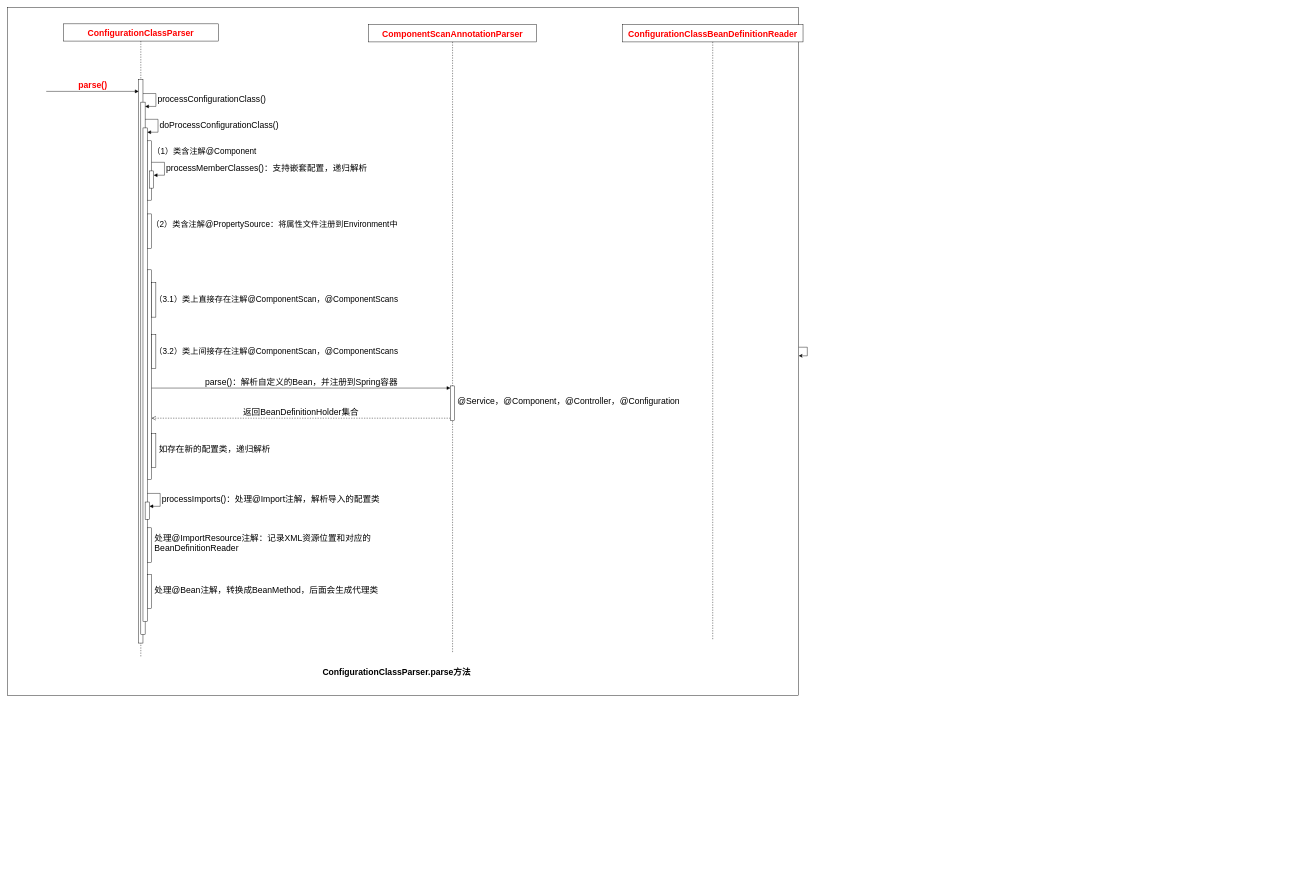
czwer/dubbo-learning keeps this draw.io diagram as dubbo-learning-doc/drawio/源码分析/3_Spring注册Bean定义/过程分析/3_ConfigurationClassParser_parse.drawio. Above is the earlier version. Source tidied: cells renumbered, new cells numbered last; positions are measured from the earlier drawing's top-left corner, leaving out a move shared by most shapes. Both pictures are drawn from the tidied source at 43%, with x=0, y=0 at pixel (7, 7).
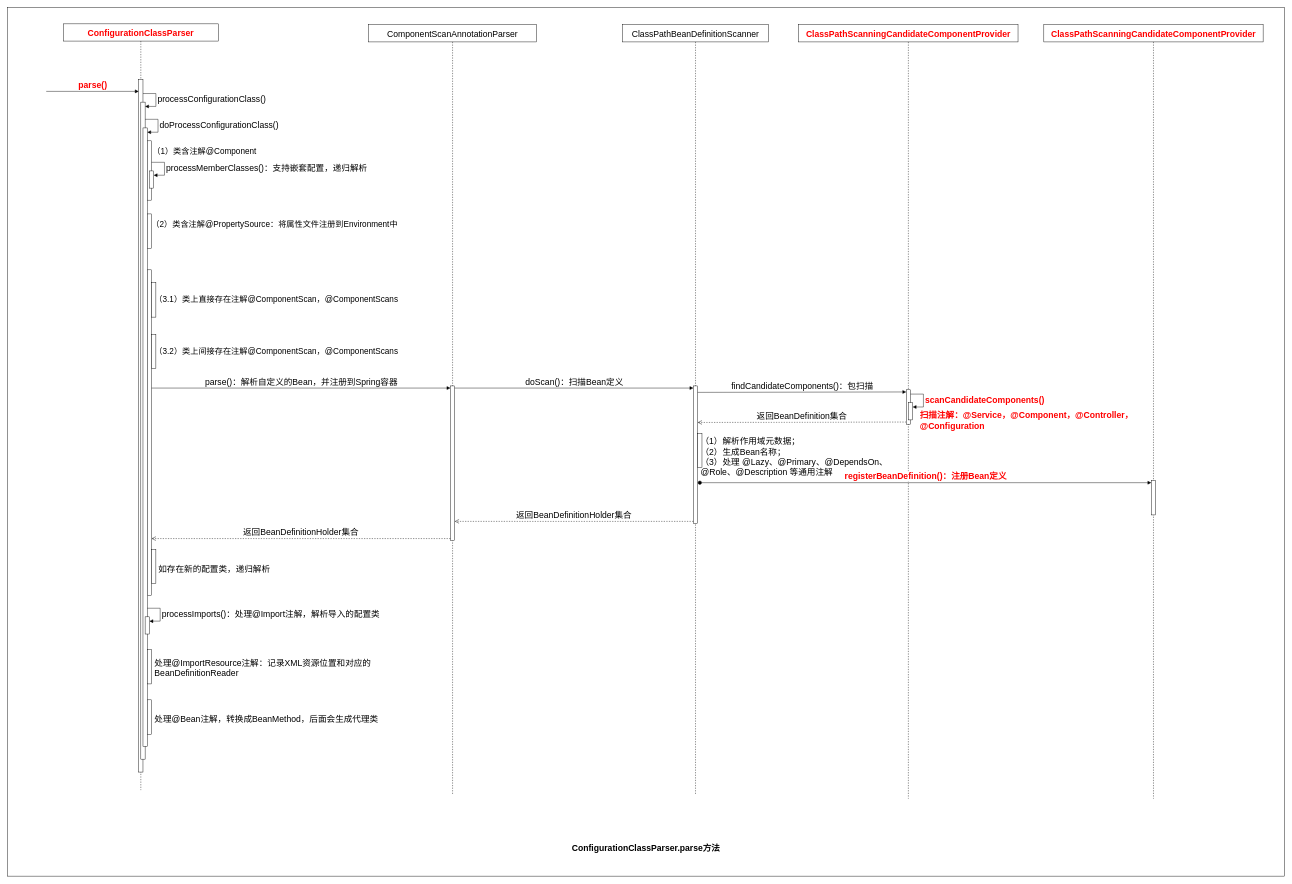
After the change.

Change to the diagram source:
```diff
@@
-    <mxCell id="2" style="rounded=0;whiteSpace=wrap;html=1;fontSize=20;" parent="1" vertex="1">
-      <mxGeometry width="1840" height="1600" as="geometry" />
+    <mxCell id="2" style="rounded=0;whiteSpace=wrap;html=1;fontSize=20;fontStyle=1;fontColor=#FF0000;" parent="1" vertex="1">
+      <mxGeometry width="2970" height="2020" as="geometry" />
     </mxCell>
     <mxCell id="3" value="&lt;span style=&quot;font-weight: 700; text-align: left; text-wrap-mode: nowrap; background-color: rgb(255, 255, 255);&quot;&gt;ConfigurationClassParser&lt;/span&gt;" style="shape=umlLifeline;whiteSpace=wrap;html=1;newEdgeStyle={&quot;curved&quot;:0,&quot;rounded&quot;:0};fontSize=20;fontStyle=0;perimeter=rectanglePerimeter;targetShapes=umlLifeline;participant=label;fontColor=#FF0000;" parent="1" vertex="1">
-      <mxGeometry x="130" y="38" width="360" height="1472" as="geometry" />
+      <mxGeometry x="130" y="38" width="360" height="1782" as="geometry" />
     </mxCell>
     <mxCell id="4" style="html=1;points=[[0,0,0,0,5],[0,1,0,0,-5],[1,0,0,0,5],[1,1,0,0,-5]];perimeter=orthogonalPerimeter;outlineConnect=0;targetShapes=umlLifeline;portConstraint=eastwest;newEdgeStyle={&quot;curved&quot;:0,&quot;rounded&quot;:0};fontSize=20;" parent="3" vertex="1">
-      <mxGeometry x="175" y="130" width="10" height="1310" as="geometry" />
+      <mxGeometry x="175" y="130" width="10" height="1610" as="geometry" />
     </mxCell>
     <mxCell id="5" style="html=1;points=[[0,0,0,0,5],[0,1,0,0,-5],[1,0,0,0,5],[1,1,0,0,-5]];perimeter=orthogonalPerimeter;outlineConnect=0;targetShapes=umlLifeline;portConstraint=eastwest;newEdgeStyle={&quot;curved&quot;:0,&quot;rounded&quot;:0};" parent="3" vertex="1">
-      <mxGeometry x="180" y="182" width="10" height="1238" as="geometry" />
+      <mxGeometry x="180" y="182" width="10" height="1528" as="geometry" />
     </mxCell>
@@
     <mxCell id="7" style="html=1;points=[[0,0,0,0,5],[0,1,0,0,-5],[1,0,0,0,5],[1,1,0,0,-5]];perimeter=orthogonalPerimeter;outlineConnect=0;targetShapes=umlLifeline;portConstraint=eastwest;newEdgeStyle={&quot;curved&quot;:0,&quot;rounded&quot;:0};" parent="3" vertex="1">
-      <mxGeometry x="185" y="242" width="10" height="1148" as="geometry" />
+      <mxGeometry x="185" y="242" width="10" height="1438" as="geometry" />
     </mxCell>
@@
     <mxCell id="13" style="html=1;points=[[0,0,0,0,5],[0,1,0,0,-5],[1,0,0,0,5],[1,1,0,0,-5]];perimeter=orthogonalPerimeter;outlineConnect=0;targetShapes=umlLifeline;portConstraint=eastwest;newEdgeStyle={&quot;curved&quot;:0,&quot;rounded&quot;:0};" parent="3" vertex="1">
-      <mxGeometry x="195" y="572" width="10" height="488" as="geometry" />
+      <mxGeometry x="195" y="572" width="10" height="758" as="geometry" />
     </mxCell>
@@
-    <mxCell id="17" value="返回BeanDefinitionHolder集合" style="html=1;verticalAlign=bottom;endArrow=open;dashed=1;endSize=8;curved=0;rounded=0;exitX=0;exitY=1;exitDx=0;exitDy=-5;fontSize=20;" parent="3" edge="1" source="26">
-      <mxGeometry relative="1" as="geometry">
-        <mxPoint x="205" y="917" as="targetPoint" />
-      </mxGeometry>
-    </mxCell>
     <mxCell id="18" style="html=1;perimeter=orthogonalPerimeter;targetShapes=umlLifeline;newEdgeStyle={&quot;curved&quot;:0,&quot;rounded&quot;:0};" parent="3" vertex="1">
-      <mxGeometry x="205" y="952" width="10" height="80" as="geometry" />
+      <mxGeometry x="205" y="1222" width="10" height="80" as="geometry" />
     </mxCell>
     <mxCell id="19" style="html=1;points=[[0,0,0,0,5],[0,1,0,0,-5],[1,0,0,0,5],[1,1,0,0,-5]];perimeter=orthogonalPerimeter;outlineConnect=0;targetShapes=umlLifeline;portConstraint=eastwest;newEdgeStyle={&quot;curved&quot;:0,&quot;rounded&quot;:0};" parent="3" vertex="1">
-      <mxGeometry x="190" y="1112" width="10" height="40" as="geometry" />
+      <mxGeometry x="190" y="1379" width="10" height="40" as="geometry" />
     </mxCell>
     <mxCell id="20" value="processImports()：处理@Import注解，解析导入的配置类" style="html=1;align=left;spacingLeft=2;endArrow=block;rounded=0;edgeStyle=orthogonalEdgeStyle;curved=0;rounded=0;fontSize=20;" parent="3" edge="1" target="19">
       <mxGeometry relative="1" as="geometry">
-        <mxPoint x="195" y="1092" as="sourcePoint" />
+        <mxPoint x="195" y="1359" as="sourcePoint" />
         <Array as="points">
-          <mxPoint x="225" y="1122" />
+          <mxPoint x="225" y="1389" />
         </Array>
       </mxGeometry>
     </mxCell>
     <mxCell id="21" style="html=1;perimeter=orthogonalPerimeter;targetShapes=umlLifeline;newEdgeStyle={&quot;curved&quot;:0,&quot;rounded&quot;:0};" parent="3" vertex="1">
-      <mxGeometry x="195" y="1172" width="10" height="80" as="geometry" />
+      <mxGeometry x="195" y="1455" width="10" height="80" as="geometry" />
     </mxCell>
     <mxCell id="22" style="html=1;perimeter=orthogonalPerimeter;targetShapes=umlLifeline;newEdgeStyle={&quot;curved&quot;:0,&quot;rounded&quot;:0};" parent="3" vertex="1">
-      <mxGeometry x="195" y="1280" width="10" height="80" as="geometry" />
+      <mxGeometry x="195" y="1572" width="10" height="80" as="geometry" />
     </mxCell>
@@
     <mxCell id="24" value="&lt;font style=&quot;&quot;&gt;&lt;span style=&quot;text-align: left; text-wrap-mode: nowrap; background-color: rgb(255, 255, 255);&quot;&gt;ConfigurationClassParser&lt;/span&gt;.&lt;span style=&quot;text-wrap-mode: nowrap; background-color: rgb(255, 255, 255);&quot;&gt;parse&lt;/span&gt;&lt;span style=&quot;background-color: transparent;&quot;&gt;方法&lt;/span&gt;&lt;/font&gt;" style="text;html=1;whiteSpace=wrap;strokeColor=none;fillColor=none;align=center;verticalAlign=middle;rounded=0;fontSize=20;fontStyle=1;fontColor=#000000;" parent="1" vertex="1">
-      <mxGeometry x="500" y="1510" width="810" height="70" as="geometry" />
+      <mxGeometry x="1080" y="1920" width="810" height="70" as="geometry" />
     </mxCell>
-    <mxCell id="25" value="&lt;span style=&quot;text-align: left; text-wrap-mode: nowrap; background-color: rgb(255, 255, 255);&quot;&gt;ComponentScanAnnotationParser&lt;/span&gt;" style="shape=umlLifeline;perimeter=lifelinePerimeter;whiteSpace=wrap;html=1;newEdgeStyle={&quot;curved&quot;:0,&quot;rounded&quot;:0};fontSize=20;fontStyle=1;fontColor=#FF0000;" parent="1" vertex="1">
-      <mxGeometry x="840" y="40" width="390" height="1460" as="geometry" />
+    <mxCell id="25" value="&lt;span style=&quot;text-align: left; text-wrap-mode: nowrap; background-color: rgb(255, 255, 255);&quot;&gt;ComponentScanAnnotationParser&lt;/span&gt;" style="shape=umlLifeline;perimeter=lifelinePerimeter;whiteSpace=wrap;html=1;newEdgeStyle={&quot;curved&quot;:0,&quot;rounded&quot;:0};fontSize=20;fontStyle=0;fontColor=#000000;" parent="1" vertex="1">
+      <mxGeometry x="840" y="40" width="390" height="1790" as="geometry" />
     </mxCell>
     <mxCell id="26" style="html=1;points=[[0,0,0,0,5],[0,1,0,0,-5],[1,0,0,0,5],[1,1,0,0,-5]];perimeter=orthogonalPerimeter;outlineConnect=0;targetShapes=umlLifeline;portConstraint=eastwest;newEdgeStyle={&quot;curved&quot;:0,&quot;rounded&quot;:0};" parent="25" vertex="1">
-      <mxGeometry x="190" y="840" width="10" height="80" as="geometry" />
+      <mxGeometry x="190" y="840" width="10" height="360" as="geometry" />
     </mxCell>
+    <mxCell id="37" value="&lt;font style=&quot;&quot;&gt;&lt;span&gt;doScan()：扫描Bean定义&lt;/span&gt;&lt;/font&gt;" style="html=1;verticalAlign=bottom;endArrow=block;curved=0;rounded=0;entryX=0;entryY=0;entryDx=0;entryDy=5;fontSize=20;fontStyle=0;fontColor=#000000;" parent="25" edge="1" target="38">
+      <mxGeometry relative="1" as="geometry">
+        <mxPoint x="200" y="845" as="sourcePoint" />
+      </mxGeometry>
+    </mxCell>
-    <mxCell id="27" value="&lt;span style=&quot;text-align: left; text-wrap-mode: nowrap; background-color: rgb(255, 255, 255);&quot;&gt;ConfigurationClassBeanDefinitionReader&lt;/span&gt;" style="shape=umlLifeline;perimeter=lifelinePerimeter;whiteSpace=wrap;html=1;newEdgeStyle={&quot;curved&quot;:0,&quot;rounded&quot;:0};fontSize=20;fontStyle=1;fontColor=#FF0000;" parent="1" vertex="1">
-      <mxGeometry x="1430" y="40" width="420" height="1430" as="geometry" />
+    <mxCell id="27" value="&lt;span style=&quot;text-align: left; text-wrap-mode: nowrap; background-color: rgb(255, 255, 255);&quot;&gt;ClassPathBeanDefinitionScanner&lt;/span&gt;" style="shape=umlLifeline;perimeter=lifelinePerimeter;whiteSpace=wrap;html=1;newEdgeStyle={&quot;curved&quot;:0,&quot;rounded&quot;:0};fontSize=20;fontStyle=0;fontColor=#000000;" parent="1" vertex="1">
+      <mxGeometry x="1430" y="40" width="340" height="1790" as="geometry" />
     </mxCell>
-    <mxCell id="28" style="edgeStyle=orthogonalEdgeStyle;rounded=0;orthogonalLoop=1;jettySize=auto;html=1;" parent="1" edge="1" source="2" target="2">
-      <mxGeometry relative="1" as="geometry" />
-    </mxCell>
+    <mxCell id="38" style="html=1;points=[[0,0,0,0,5],[0,1,0,0,-5],[1,0,0,0,5],[1,1,0,0,-5]];perimeter=orthogonalPerimeter;outlineConnect=0;targetShapes=umlLifeline;portConstraint=eastwest;newEdgeStyle={&quot;curved&quot;:0,&quot;rounded&quot;:0};" parent="27" vertex="1">
+      <mxGeometry x="165" y="840" width="10" height="320" as="geometry" />
+    </mxCell>
+    <mxCell id="39" value="findCandidateComponents()：包扫描" style="html=1;verticalAlign=bottom;endArrow=block;curved=0;rounded=0;entryX=0;entryY=0;entryDx=0;entryDy=5;fontSize=20;" parent="27" edge="1" target="44">
+      <mxGeometry relative="1" as="geometry">
+        <mxPoint x="175" y="855" as="sourcePoint" />
+      </mxGeometry>
+    </mxCell>
+    <mxCell id="40" value="&lt;span style=&quot;font-size: 20px;&quot;&gt;返回BeanDefinition集合&lt;/span&gt;" style="html=1;verticalAlign=bottom;endArrow=open;dashed=1;endSize=8;curved=0;rounded=0;exitX=0;exitY=1;exitDx=0;exitDy=-5;" parent="27" edge="1" source="44">
+      <mxGeometry relative="1" as="geometry">
+        <mxPoint x="175" y="925" as="targetPoint" />
+      </mxGeometry>
+    </mxCell>
+    <mxCell id="41" style="html=1;perimeter=orthogonalPerimeter;targetShapes=umlLifeline;newEdgeStyle={&quot;curved&quot;:0,&quot;rounded&quot;:0};" parent="27" vertex="1">
+      <mxGeometry x="175" y="950" width="10" height="80" as="geometry" />
+    </mxCell>
@@
-    <mxCell id="33" value="@Service，@Component，@Controller，@Configuration" style="text;html=1;align=center;verticalAlign=middle;whiteSpace=wrap;rounded=0;fontSize=20;" parent="1" vertex="1">
-      <mxGeometry x="1040" y="900" width="530" height="30" as="geometry" />
+    <mxCell id="33" value="扫描注解：@Service，@Component，@Controller，@Configuration" style="text;html=1;align=left;verticalAlign=middle;whiteSpace=wrap;rounded=0;fontSize=20;fontStyle=1;fontColor=#FF0000;" parent="1" vertex="1">
+      <mxGeometry x="2120" y="939" width="530" height="41" as="geometry" />
     </mxCell>
     <mxCell id="34" value="如存在新的配置类，递归解析" style="text;html=1;align=left;verticalAlign=middle;whiteSpace=wrap;rounded=0;fontSize=20;" parent="1" vertex="1">
-      <mxGeometry x="350" y="1010" width="300" height="30" as="geometry" />
+      <mxGeometry x="349" y="1290" width="300" height="30" as="geometry" />
     </mxCell>
     <mxCell id="35" value="处理@ImportResource注解：记录XML资源位置和对应的BeanDefinitionReader" style="text;html=1;align=left;verticalAlign=middle;whiteSpace=wrap;rounded=0;fontSize=20;" parent="1" vertex="1">
-      <mxGeometry x="340" y="1210" width="690" height="70" as="geometry" />
+      <mxGeometry x="340" y="1500" width="690" height="70" as="geometry" />
     </mxCell>
     <mxCell id="36" value="处理@Bean注解，转换成BeanMethod，后面会生成代理类" style="text;html=1;align=left;verticalAlign=middle;whiteSpace=wrap;rounded=0;fontSize=20;" parent="1" vertex="1">
-      <mxGeometry x="340" y="1320" width="690" height="70" as="geometry" />
+      <mxGeometry x="340" y="1620" width="690" height="70" as="geometry" />
     </mxCell>
+    <mxCell id="17" value="返回BeanDefinitionHolder集合" style="html=1;verticalAlign=bottom;endArrow=open;dashed=1;endSize=8;curved=0;rounded=0;exitX=0;exitY=1;exitDx=0;exitDy=-5;fontSize=20;" parent="1" edge="1" source="26" target="13">
+      <mxGeometry relative="1" as="geometry" />
+    </mxCell>
+    <mxCell id="42" value="返回BeanDefinitionHolder集合" style="html=1;verticalAlign=bottom;endArrow=open;dashed=1;endSize=8;curved=0;rounded=0;exitX=0;exitY=1;exitDx=0;exitDy=-5;fontSize=20;" parent="1" edge="1" source="38" target="26">
+      <mxGeometry relative="1" as="geometry" />
+    </mxCell>
+    <mxCell id="43" value="&lt;span style=&quot;text-align: left; text-wrap-mode: nowrap; background-color: rgb(255, 255, 255);&quot;&gt;ClassPathScanningCandidateComponentProvider&lt;/span&gt;" style="shape=umlLifeline;perimeter=lifelinePerimeter;whiteSpace=wrap;html=1;newEdgeStyle={&quot;curved&quot;:0,&quot;rounded&quot;:0};fontSize=20;fontStyle=1;fontColor=#FF0000;" parent="1" vertex="1">
+      <mxGeometry x="1840" y="40" width="510" height="1800" as="geometry" />
+    </mxCell>
+    <mxCell id="44" style="html=1;points=[[0,0,0,0,5],[0,1,0,0,-5],[1,0,0,0,5],[1,1,0,0,-5]];perimeter=orthogonalPerimeter;outlineConnect=0;targetShapes=umlLifeline;portConstraint=eastwest;newEdgeStyle={&quot;curved&quot;:0,&quot;rounded&quot;:0};" parent="1" vertex="1">
+      <mxGeometry x="2090" y="889" width="10" height="80" as="geometry" />
+    </mxCell>
+    <mxCell id="45" style="html=1;points=[[0,0,0,0,5],[0,1,0,0,-5],[1,0,0,0,5],[1,1,0,0,-5]];perimeter=orthogonalPerimeter;outlineConnect=0;targetShapes=umlLifeline;portConstraint=eastwest;newEdgeStyle={&quot;curved&quot;:0,&quot;rounded&quot;:0};" parent="1" vertex="1">
+      <mxGeometry x="2095" y="919" width="10" height="40" as="geometry" />
+    </mxCell>
+    <mxCell id="46" value="&lt;b&gt;scanCandidateComponents()&lt;/b&gt;" style="html=1;align=left;spacingLeft=2;endArrow=block;rounded=0;edgeStyle=orthogonalEdgeStyle;curved=0;rounded=0;fontSize=20;fontColor=#FF0000;" parent="1" edge="1" target="45">
+      <mxGeometry relative="1" as="geometry">
+        <mxPoint x="2100" y="899" as="sourcePoint" />
+        <Array as="points">
+          <mxPoint x="2130" y="929" />
+        </Array>
+      </mxGeometry>
+    </mxCell>
+    <mxCell id="47" value="（1）解析作用域元数据；&lt;div&gt;（2）生成Bean名称；&lt;/div&gt;&lt;div&gt;（3）处理 @Lazy、@Primary、@DependsOn、@Role、@Description 等通用注解&lt;/div&gt;&lt;div&gt;&lt;br&gt;&lt;/div&gt;" style="text;html=1;align=left;verticalAlign=middle;whiteSpace=wrap;rounded=0;fontSize=20;" parent="1" vertex="1">
+      <mxGeometry x="1610" y="990" width="510" height="131" as="geometry" />
+    </mxCell>
+    <mxCell id="48" value="&lt;span style=&quot;text-align: left; text-wrap-mode: nowrap; background-color: rgb(255, 255, 255);&quot;&gt;ClassPathScanningCandidateComponentProvider&lt;/span&gt;" style="shape=umlLifeline;perimeter=lifelinePerimeter;whiteSpace=wrap;html=1;newEdgeStyle={&quot;curved&quot;:0,&quot;rounded&quot;:0};fontSize=20;fontStyle=1;fontColor=#FF0000;" parent="1" vertex="1">
+      <mxGeometry x="2410" y="40" width="510" height="1800" as="geometry" />
+    </mxCell>
+    <mxCell id="49" style="html=1;points=[[0,0,0,0,5],[0,1,0,0,-5],[1,0,0,0,5],[1,1,0,0,-5]];perimeter=orthogonalPerimeter;outlineConnect=0;targetShapes=umlLifeline;portConstraint=eastwest;newEdgeStyle={&quot;curved&quot;:0,&quot;rounded&quot;:0};" parent="48" vertex="1">
+      <mxGeometry x="250" y="1060" width="10" height="80" as="geometry" />
+    </mxCell>
+    <mxCell id="50" value="registerBeanDefinition()：注册Bean定义" style="html=1;verticalAlign=bottom;startArrow=oval;endArrow=block;startSize=8;curved=0;rounded=0;entryX=0;entryY=0;entryDx=0;entryDy=5;fontSize=20;fontStyle=1;fontColor=#FF0000;" parent="1" edge="1" target="49">
+      <mxGeometry relative="1" as="geometry">
+        <mxPoint x="1610" y="1105" as="sourcePoint" />
+      </mxGeometry>
+    </mxCell>
```
